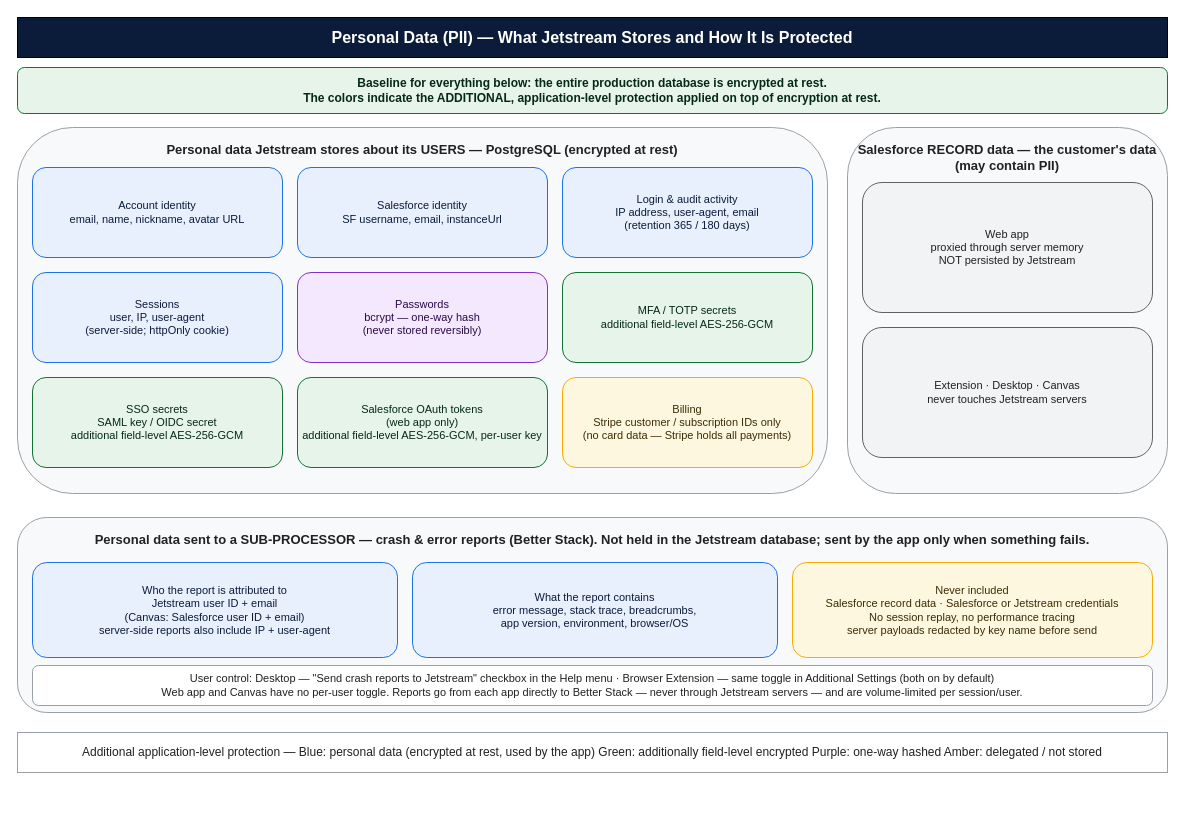
jetstreamapp/jetstream keeps this draw.io diagram as docs/security/data-flow-diagrams/02-pii-data-classification.drawio. Above is the earlier version. Source tidied: cells renumbered, new cells numbered last; positions are measured from the earlier drawing's top-left corner, leaving out a move shared by most shapes. Both pictures are drawn from the tidied source at 100%, with x=0, y=0 at pixel (17, 17).
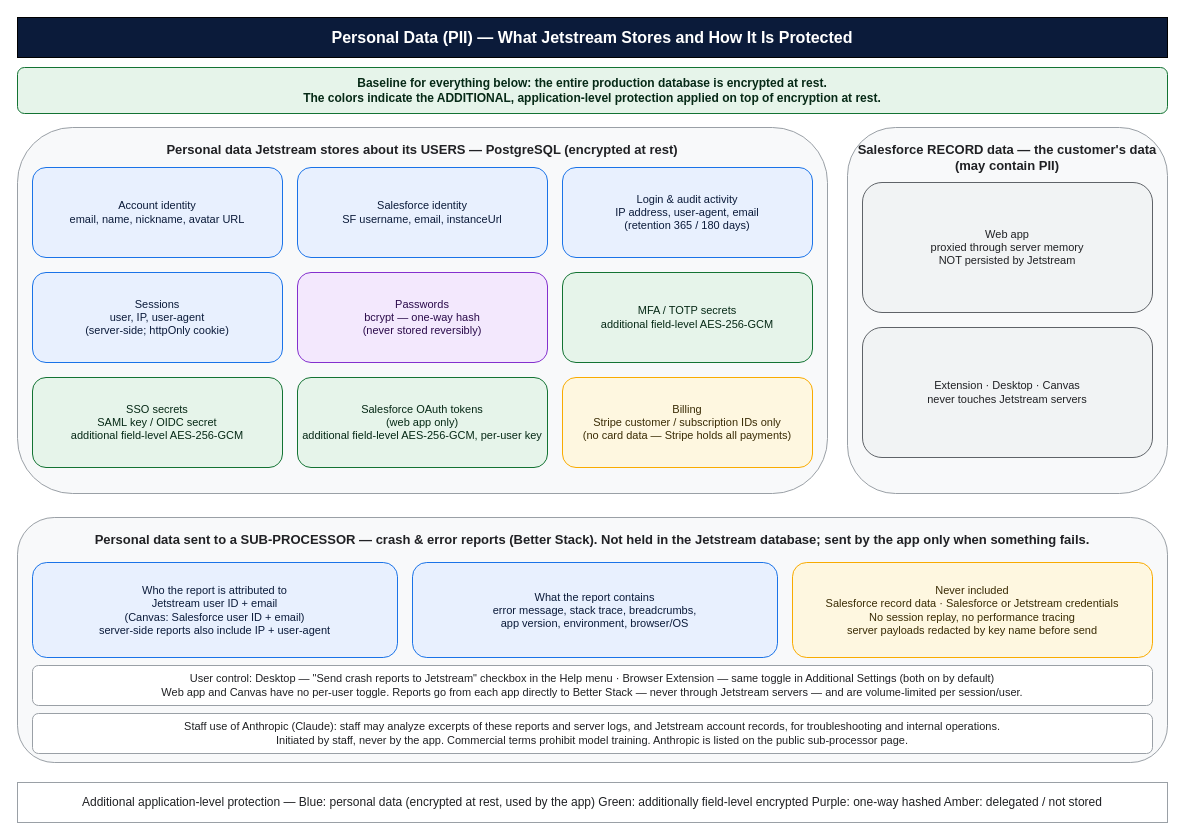
The same diagram, later.

Commit message (it also covers changes not shown here):
feat(landing): list Anthropic as a sub-processor

What changed in the source:
```diff
@@
     <mxCell id="17" value="Personal data sent to a SUB-PROCESSOR — crash &amp; error reports (Better Stack). Not held in the Jetstream database; sent by the app only when something fails." style="rounded=1;whiteSpace=wrap;html=1;fillColor=#f8f9fa;strokeColor=#9aa0a6;fontColor=#202124;fontStyle=1;fontSize=13;align=center;verticalAlign=top;spacingTop=8;" parent="1" vertex="1">
-      <mxGeometry y="500" width="1150" height="195" as="geometry" />
+      <mxGeometry y="500" width="1150" height="245" as="geometry" />
     </mxCell>
@@
+    <mxCell id="23" value="Staff use of Anthropic (Claude):  staff may analyze excerpts of these reports and server logs, and Jetstream account records, for troubleshooting and internal operations.&#10;Initiated by staff, never by the app. Commercial terms prohibit model training. Anthropic is listed on the public sub-processor page." style="rounded=1;whiteSpace=wrap;html=1;fillColor=#ffffff;strokeColor=#9aa0a6;fontColor=#202124;fontSize=11;align=center;verticalAlign=middle;" parent="1" vertex="1">
+      <mxGeometry x="15" y="696" width="1120" height="40" as="geometry" />
+    </mxCell>
     <mxCell id="22" value="Additional application-level protection —   Blue: personal data (encrypted at rest, used by the app)      Green: additionally field-level encrypted      Purple: one-way hashed      Amber: delegated / not stored" style="rounded=0;whiteSpace=wrap;html=1;fillColor=#ffffff;strokeColor=#9aa0a6;fontColor=#202124;fontSize=12;align=center;verticalAlign=middle;" parent="1" vertex="1">
-      <mxGeometry y="715" width="1150" height="40" as="geometry" />
+      <mxGeometry y="765" width="1150" height="40" as="geometry" />
     </mxCell>
```
